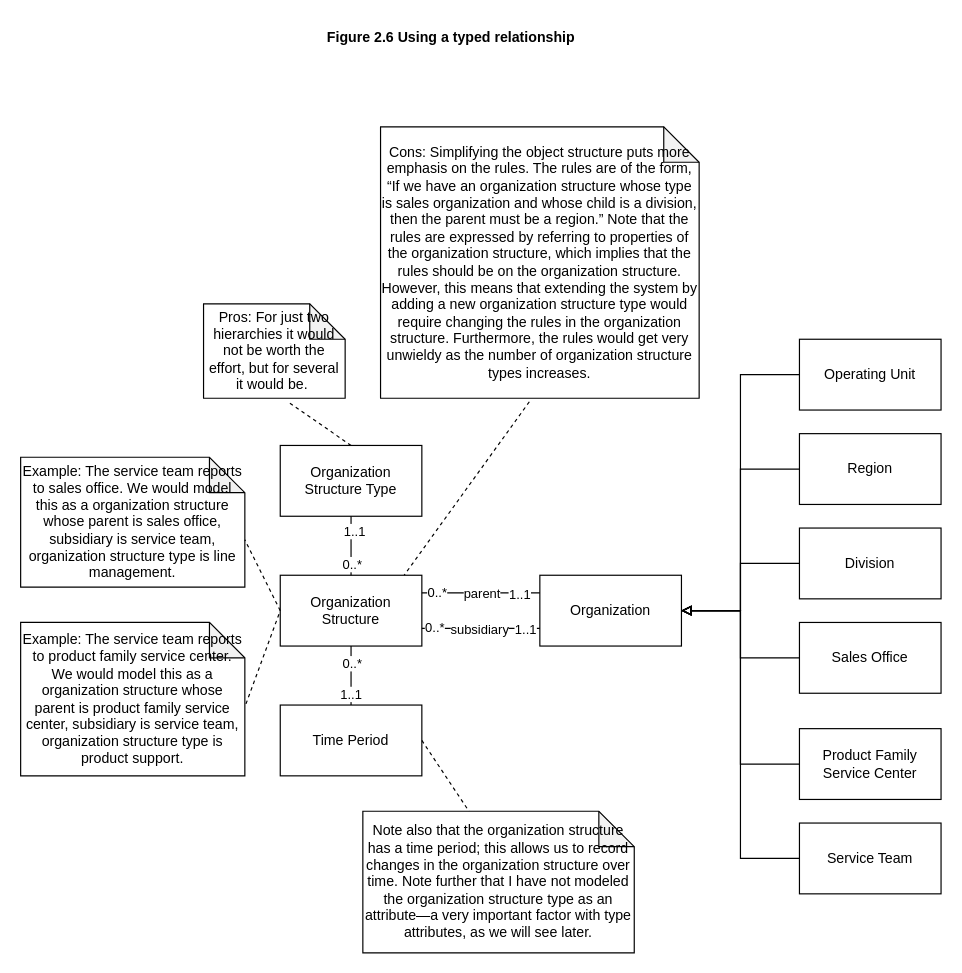
The draw.io diagram analysis-patterns-2-6-Using-a-typed-relationship.drawio in wubin28/analysis-patterns-diagrams-in-uml, before the edit. Source tidied: cells renumbered, new cells numbered last; positions are measured from the earlier drawing's top-left corner, leaving out a move shared by most shapes. Both pictures are drawn from the tidied source at 118%, with x=0, y=0 at pixel (20, 20).
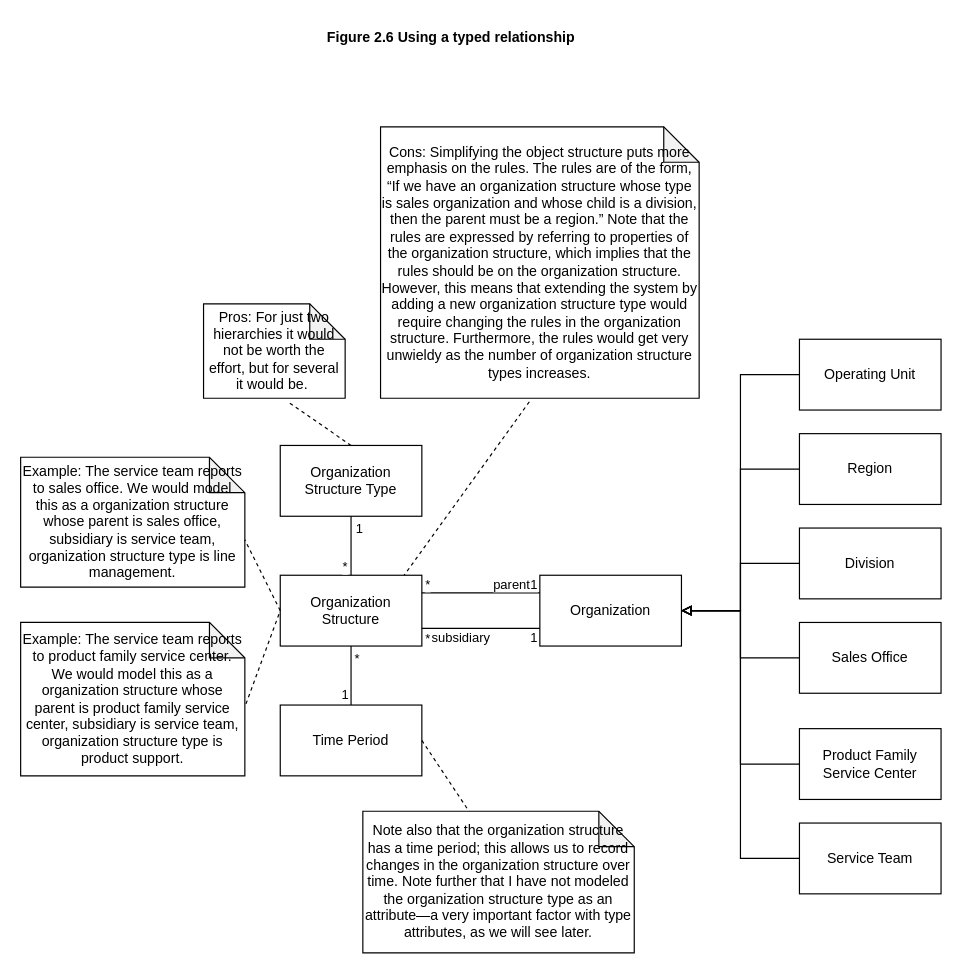
Above is the later version.

Commit message:
refactor: update multiplicities in figure 2.6

Unchanged cells that the change refers to:
```xml
<mxCell id="12" style="endArrow=none;html=1;rounded=0;exitX=1;exitY=0.25;exitDx=0;exitDy=0;entryX=0;entryY=0.25;entryDx=0;entryDy=0;" parent="1" edge="1" source="11" target="2">
  <mxGeometry relative="1" as="geometry" />
</mxCell>
<mxCell id="16" style="endArrow=none;html=1;rounded=0;exitX=1;exitY=0.75;exitDx=0;exitDy=0;entryX=0;entryY=0.75;entryDx=0;entryDy=0;" parent="1" edge="1" source="11" target="2">
  <mxGeometry relative="1" as="geometry" />
</mxCell>
<mxCell id="22" style="endArrow=none;html=1;rounded=0;entryX=0.5;entryY=1;entryDx=0;entryDy=0;exitX=0.5;exitY=0;exitDx=0;exitDy=0;" parent="1" edge="1" source="11" target="20">
  <mxGeometry relative="1" as="geometry" />
</mxCell>
<mxCell id="25" style="endArrow=none;html=1;rounded=0;entryX=0.5;entryY=1;entryDx=0;entryDy=0;exitX=0.5;exitY=0;exitDx=0;exitDy=0;" parent="1" edge="1" source="21" target="11">
  <mxGeometry relative="1" as="geometry" />
</mxCell>
```

Change to the diagram source:
```diff
@@
-    <mxCell id="13" value="0..*" style="edgeLabel;html=1;align=center;verticalAlign=middle;" parent="12" vertex="1">
+    <mxCell id="13" value="*" style="edgeLabel;html=1;align=center;verticalAlign=middle;" parent="12" vertex="1">
       <mxGeometry x="-0.84" y="1" relative="1" as="geometry">
-        <mxPoint x="4" as="offset" />
+        <mxPoint x="-4" y="-7" as="offset" />
       </mxGeometry>
     </mxCell>
-    <mxCell id="14" value="1..1" style="edgeLabel;html=1;align=center;verticalAlign=middle;" parent="12" vertex="1">
-      <mxGeometry x="0.64" y="-1" relative="1" as="geometry" />
+    <mxCell id="14" value="1" style="edgeLabel;html=1;align=center;verticalAlign=middle;" parent="12" vertex="1">
+      <mxGeometry x="0.64" y="-1" relative="1" as="geometry">
+        <mxPoint x="12" y="-9" as="offset" />
+      </mxGeometry>
     </mxCell>
     <mxCell id="15" value="parent" style="edgeLabel;html=1;align=center;verticalAlign=middle;" parent="12" vertex="1">
       <mxGeometry x="-0.15" relative="1" as="geometry">
-        <mxPoint x="7" as="offset" />
+        <mxPoint x="32" y="-8" as="offset" />
       </mxGeometry>
     </mxCell>
@@
-    <mxCell id="17" value="0..*" style="edgeLabel;html=1;align=center;verticalAlign=middle;" parent="16" vertex="1">
-      <mxGeometry x="-0.79" y="1" relative="1" as="geometry" />
+    <mxCell id="17" value="*" style="edgeLabel;html=1;align=center;verticalAlign=middle;" parent="16" vertex="1">
+      <mxGeometry x="-0.79" y="1" relative="1" as="geometry">
+        <mxPoint x="-6" y="9" as="offset" />
+      </mxGeometry>
     </mxCell>
-    <mxCell id="18" value="1..1" style="edgeLabel;html=1;align=center;verticalAlign=middle;" parent="16" vertex="1">
-      <mxGeometry x="0.74" relative="1" as="geometry" />
+    <mxCell id="18" value="1" style="edgeLabel;html=1;align=center;verticalAlign=middle;" parent="16" vertex="1">
+      <mxGeometry x="0.74" relative="1" as="geometry">
+        <mxPoint x="7" y="7" as="offset" />
+      </mxGeometry>
     </mxCell>
     <mxCell id="19" value="subsidiary" style="edgeLabel;html=1;align=center;verticalAlign=middle;" parent="16" vertex="1">
-      <mxGeometry x="-0.05" relative="1" as="geometry" />
+      <mxGeometry x="-0.05" relative="1" as="geometry">
+        <mxPoint x="-16" y="7" as="offset" />
+      </mxGeometry>
     </mxCell>
@@
-    <mxCell id="23" value="1..1" style="edgeLabel;html=1;align=center;verticalAlign=middle;" parent="22" vertex="1">
-      <mxGeometry x="0.52" y="-2" relative="1" as="geometry" />
+    <mxCell id="23" value="1" style="edgeLabel;html=1;align=center;verticalAlign=middle;" parent="22" vertex="1">
+      <mxGeometry x="0.52" y="-2" relative="1" as="geometry">
+        <mxPoint x="4" y="-2" as="offset" />
+      </mxGeometry>
     </mxCell>
-    <mxCell id="24" value="0..*" style="edgeLabel;html=1;align=center;verticalAlign=middle;" parent="22" vertex="1">
+    <mxCell id="24" value="*" style="edgeLabel;html=1;align=center;verticalAlign=middle;" parent="22" vertex="1">
       <mxGeometry x="-0.61" y="1" relative="1" as="geometry">
-        <mxPoint x="1" as="offset" />
+        <mxPoint x="-5" y="2" as="offset" />
       </mxGeometry>
     </mxCell>
@@
-    <mxCell id="26" value="0..*" style="edgeLabel;html=1;align=center;verticalAlign=middle;" parent="25" vertex="1">
-      <mxGeometry x="0.45" relative="1" as="geometry" />
+    <mxCell id="26" value="*" style="edgeLabel;html=1;align=center;verticalAlign=middle;" parent="25" vertex="1">
+      <mxGeometry x="0.45" relative="1" as="geometry">
+        <mxPoint x="4" y="-4" as="offset" />
+      </mxGeometry>
     </mxCell>
-    <mxCell id="27" value="1..1" style="edgeLabel;html=1;align=center;verticalAlign=middle;" parent="25" vertex="1">
-      <mxGeometry x="-0.62" y="1" relative="1" as="geometry" />
+    <mxCell id="27" value="1" style="edgeLabel;html=1;align=center;verticalAlign=middle;" parent="25" vertex="1">
+      <mxGeometry x="-0.62" y="1" relative="1" as="geometry">
+        <mxPoint x="-5" as="offset" />
+      </mxGeometry>
     </mxCell>
```
